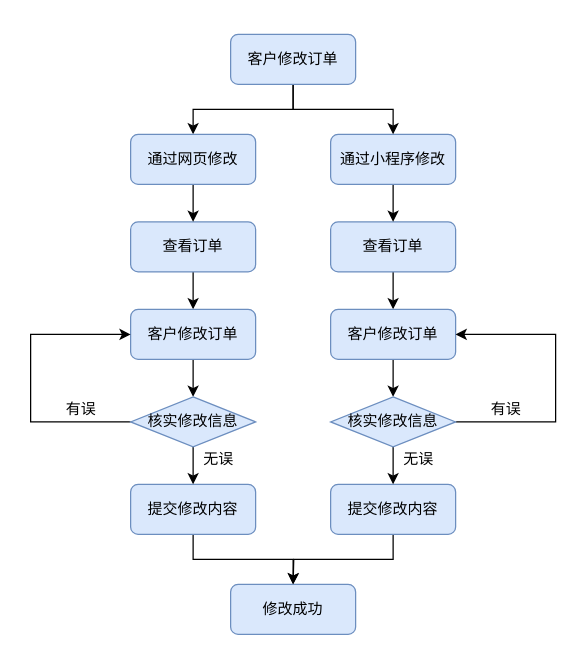
AndSonder/smart-hotel-database keeps this draw.io diagram as docs/src/客户修改订单.drawio. Above is the earlier version. Source tidied: cells renumbered, new cells numbered last; positions are measured from the earlier drawing's top-left corner, leaving out a move shared by most shapes. Both pictures are drawn from the tidied source at 125%, with x=0, y=0 at pixel (30, 34).
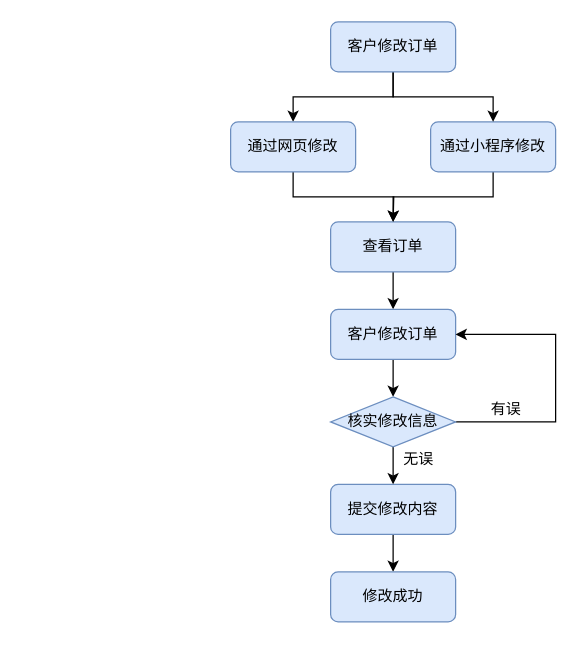
The same diagram, later.

Unchanged cells that the change refers to:
```xml
<mxCell id="3" value="&lt;span style=&quot;font-weight: 400&quot;&gt;查看订单&lt;/span&gt;" style="rounded=1;whiteSpace=wrap;html=1;fontSize=12;glass=0;strokeWidth=1;shadow=0;fillColor=#dae8fc;strokeColor=#6c8ebf;fontStyle=1;" parent="1" vertex="1">
  <mxGeometry x="240" y="150" width="100" height="40" as="geometry" />
</mxCell>
<mxCell id="12" value="提交修改内容" style="rounded=1;whiteSpace=wrap;html=1;fontSize=12;glass=0;strokeWidth=1;shadow=0;fillColor=#dae8fc;strokeColor=#6c8ebf;" parent="1" vertex="1">
  <mxGeometry x="240" y="360" width="100" height="40" as="geometry" />
</mxCell>
```

Change to the diagram source:
```diff
@@
-    <mxCell id="4" style="edgeStyle=orthogonalEdgeStyle;rounded=0;jettySize=auto;html=1;exitX=0.5;exitY=1;exitDx=0;exitDy=0;entryX=0.5;entryY=0;entryDx=0;entryDy=0;" parent="1" edge="1" source="5" target="3">
+    <mxCell id="4" style="edgeStyle=orthogonalEdgeStyle;rounded=0;jettySize=auto;html=1;exitX=0.5;exitY=1;exitDx=0;exitDy=0;entryX=0.5;entryY=0;entryDx=0;entryDy=0;strokeWidth=1;" parent="1" edge="1" source="5" target="3">
       <mxGeometry relative="1" as="geometry" />
     </mxCell>
     <mxCell id="5" value="通过小程序修改" style="rounded=1;whiteSpace=wrap;html=1;fontSize=12;glass=0;strokeWidth=1;shadow=0;fillColor=#dae8fc;strokeColor=#6c8ebf;" parent="1" vertex="1">
-      <mxGeometry x="240" y="80" width="100" height="40" as="geometry" />
+      <mxGeometry x="320" y="70" width="100" height="40" as="geometry" />
     </mxCell>
@@
     <mxCell id="10" value="客户修改订单" style="rounded=1;whiteSpace=wrap;html=1;fontSize=12;glass=0;strokeWidth=1;shadow=0;fillColor=#dae8fc;strokeColor=#6c8ebf;" parent="1" vertex="1">
-      <mxGeometry x="160" width="100" height="40" as="geometry" />
+      <mxGeometry x="240" y="-10" width="100" height="40" as="geometry" />
     </mxCell>
-    <mxCell id="11" style="edgeStyle=orthogonalEdgeStyle;rounded=0;jettySize=auto;html=1;exitX=0.5;exitY=1;exitDx=0;exitDy=0;strokeWidth=1;" parent="1" edge="1" source="12">
-      <mxGeometry relative="1" as="geometry">
-        <mxPoint x="210" y="440" as="targetPoint" />
-      </mxGeometry>
-    </mxCell>
+    <mxCell id="32" style="edgeStyle=orthogonalEdgeStyle;rounded=0;jettySize=auto;html=1;exitX=0.5;exitY=1;exitDx=0;exitDy=0;entryX=0.5;entryY=0;entryDx=0;entryDy=0;strokeWidth=1;" parent="1" edge="1" source="12" target="18">
+      <mxGeometry relative="1" as="geometry" />
+    </mxCell>
@@
     <mxCell id="18" value="修改成功" style="rounded=1;whiteSpace=wrap;html=1;fontSize=12;glass=0;strokeWidth=1;shadow=0;fillColor=#dae8fc;strokeColor=#6c8ebf;" parent="1" vertex="1">
-      <mxGeometry x="160" y="440" width="100" height="40" as="geometry" />
+      <mxGeometry x="240" y="430" width="100" height="40" as="geometry" />
     </mxCell>
-    <mxCell id="19" style="edgeStyle=orthogonalEdgeStyle;rounded=0;jettySize=auto;html=1;exitX=0.5;exitY=1;exitDx=0;exitDy=0;entryX=0.5;entryY=0;entryDx=0;entryDy=0;" parent="1" edge="1" source="20" target="24">
-      <mxGeometry relative="1" as="geometry" />
-    </mxCell>
-    <mxCell id="20" value="&lt;span style=&quot;font-weight: 400&quot;&gt;查看订单&lt;/span&gt;" style="rounded=1;whiteSpace=wrap;html=1;fontSize=12;glass=0;strokeWidth=1;shadow=0;fillColor=#dae8fc;strokeColor=#6c8ebf;fontStyle=1;" parent="1" vertex="1">
-      <mxGeometry x="80" y="150" width="100" height="40" as="geometry" />
-    </mxCell>
-    <mxCell id="21" style="edgeStyle=orthogonalEdgeStyle;rounded=0;jettySize=auto;html=1;exitX=0.5;exitY=1;exitDx=0;exitDy=0;entryX=0.5;entryY=0;entryDx=0;entryDy=0;" parent="1" edge="1" source="22" target="20">
-      <mxGeometry relative="1" as="geometry" />
-    </mxCell>
+    <mxCell id="33" style="edgeStyle=orthogonalEdgeStyle;rounded=0;jettySize=auto;html=1;exitX=0.5;exitY=1;exitDx=0;exitDy=0;strokeWidth=1;" parent="1" edge="1" source="22">
+      <mxGeometry relative="1" as="geometry">
+        <mxPoint x="290" y="150" as="targetPoint" />
+      </mxGeometry>
+    </mxCell>
     <mxCell id="22" value="通过网页修改" style="rounded=1;whiteSpace=wrap;html=1;fontSize=12;glass=0;strokeWidth=1;shadow=0;fillColor=#dae8fc;strokeColor=#6c8ebf;" parent="1" vertex="1">
-      <mxGeometry x="80" y="80" width="100" height="40" as="geometry" />
+      <mxGeometry x="160" y="70" width="100" height="40" as="geometry" />
     </mxCell>
-    <mxCell id="23" style="edgeStyle=orthogonalEdgeStyle;rounded=0;jettySize=auto;html=1;exitX=0.5;exitY=1;exitDx=0;exitDy=0;entryX=0.5;entryY=0;entryDx=0;entryDy=0;" parent="1" edge="1" source="24" target="29">
-      <mxGeometry relative="1" as="geometry" />
-    </mxCell>
-    <mxCell id="24" value="客户修改订单" style="rounded=1;whiteSpace=wrap;html=1;fontSize=12;glass=0;strokeWidth=1;shadow=0;fillColor=#dae8fc;strokeColor=#6c8ebf;" parent="1" vertex="1">
-      <mxGeometry x="80" y="220" width="100" height="40" as="geometry" />
-    </mxCell>
-    <mxCell id="25" style="edgeStyle=orthogonalEdgeStyle;rounded=0;jettySize=auto;html=1;exitX=0.5;exitY=1;exitDx=0;exitDy=0;strokeWidth=1;" parent="1" edge="1" source="26" target="18">
-      <mxGeometry relative="1" as="geometry" />
-    </mxCell>
-    <mxCell id="26" value="提交修改内容" style="rounded=1;whiteSpace=wrap;html=1;fontSize=12;glass=0;strokeWidth=1;shadow=0;fillColor=#dae8fc;strokeColor=#6c8ebf;" parent="1" vertex="1">
-      <mxGeometry x="80" y="360" width="100" height="40" as="geometry" />
-    </mxCell>
-    <mxCell id="27" style="edgeStyle=orthogonalEdgeStyle;rounded=0;jettySize=auto;html=1;exitX=0.5;exitY=1;exitDx=0;exitDy=0;entryX=0.5;entryY=0;entryDx=0;entryDy=0;" parent="1" edge="1" source="29" target="26">
-      <mxGeometry relative="1" as="geometry" />
-    </mxCell>
-    <mxCell id="28" style="edgeStyle=orthogonalEdgeStyle;rounded=0;jettySize=auto;html=1;exitX=0;exitY=0.5;exitDx=0;exitDy=0;entryX=0;entryY=0.5;entryDx=0;entryDy=0;strokeWidth=1;" parent="1" edge="1" source="29" target="24">
-      <mxGeometry relative="1" as="geometry">
-        <Array as="points">
-          <mxPoint y="310" />
-          <mxPoint y="240" />
-        </Array>
-      </mxGeometry>
-    </mxCell>
-    <mxCell id="29" value="核实修改信息" style="rhombus;whiteSpace=wrap;html=1;fillColor=#dae8fc;strokeColor=#6c8ebf;" parent="1" vertex="1">
-      <mxGeometry x="80" y="290" width="100" height="40" as="geometry" />
-    </mxCell>
-    <mxCell id="30" value="无误" style="text;html=1;align=center;verticalAlign=middle;strokeColor=none;" parent="1" vertex="1">
-      <mxGeometry x="130" y="330" width="40" height="20" as="geometry" />
-    </mxCell>
-    <mxCell id="31" value="有误" style="text;html=1;align=center;verticalAlign=middle;strokeColor=none;" parent="1" vertex="1">
-      <mxGeometry x="20" y="290" width="40" height="20" as="geometry" />
-    </mxCell>
```
